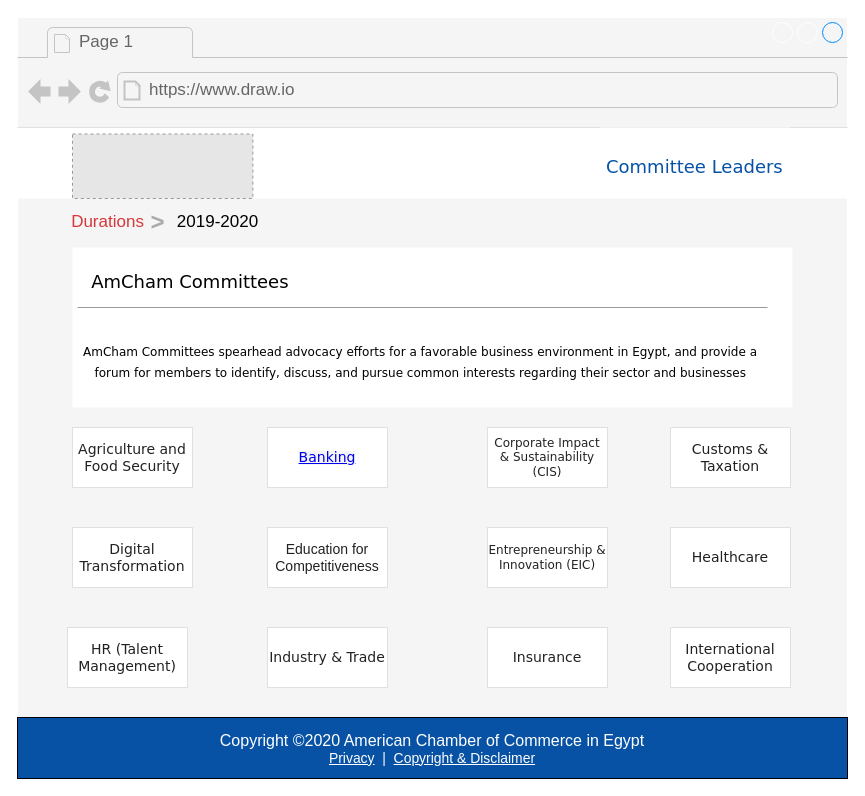
asayedio/TrackingERD keeps this draw.io diagram as page "committees" (3 of 5) of Committee Leaders.drawio. Above is the earlier version. Source tidied: cells renumbered, new cells numbered last; positions are measured from the earlier drawing's top-left corner, leaving out a move shared by most shapes. Both pictures are drawn from the tidied source at 100%, with x=0, y=0 at pixel (17, 17). Pictures stored in the file or linked from it are replaced by grey dashed boxes.
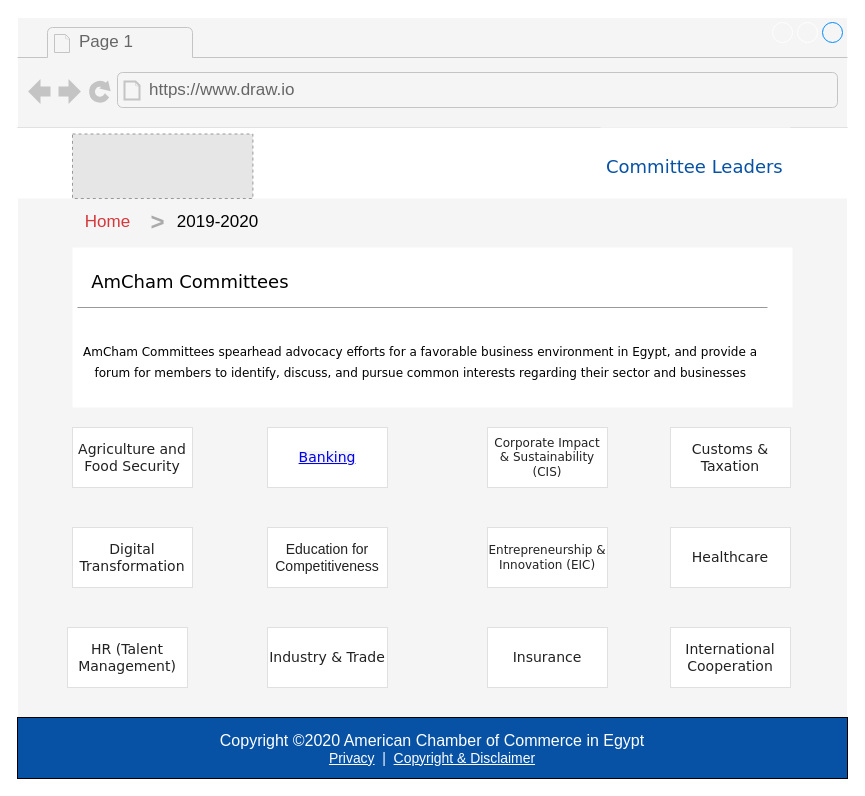
The same page after the edit.

Unchanged cells that the change refers to:
```xml
<mxCell id="2" style="strokeWidth=1;shadow=0;dashed=0;align=center;html=1;shape=mxgraph.mockup.containers.browserWindow;rSize=0;strokeColor2=#008cff;strokeColor3=#c4c4c4;mainText=,;strokeColor=#FFFFFF;fillColor=#f5f5f5;" parent="1" vertex="1">
  <mxGeometry width="830" height="760" as="geometry" />
</mxCell>
```

Diff of the diagram source:
```diff
@@
-    <mxCell id="18" value="&lt;font color=&quot;#d6373b&quot; style=&quot;font-weight: normal&quot;&gt;Durations&lt;/font&gt;" style="strokeWidth=1;shadow=0;dashed=0;align=center;html=1;shape=mxgraph.mockup.navigation.anchor;fontSize=17;fontColor=#666666;fontStyle=1;sketch=0;fillColor=#f5f5f5;gradientColor=none;" parent="2" vertex="1">
+    <mxCell id="18" value="&lt;font color=&quot;#d6373b&quot; style=&quot;font-weight: normal&quot;&gt;Home&lt;/font&gt;" style="strokeWidth=1;shadow=0;dashed=0;align=center;html=1;shape=mxgraph.mockup.navigation.anchor;fontSize=17;fontColor=#666666;fontStyle=1;sketch=0;fillColor=#f5f5f5;gradientColor=none;" parent="2" vertex="1">
       <mxGeometry x="60" y="190" width="60" height="30" as="geometry" />
     </mxCell>
```
